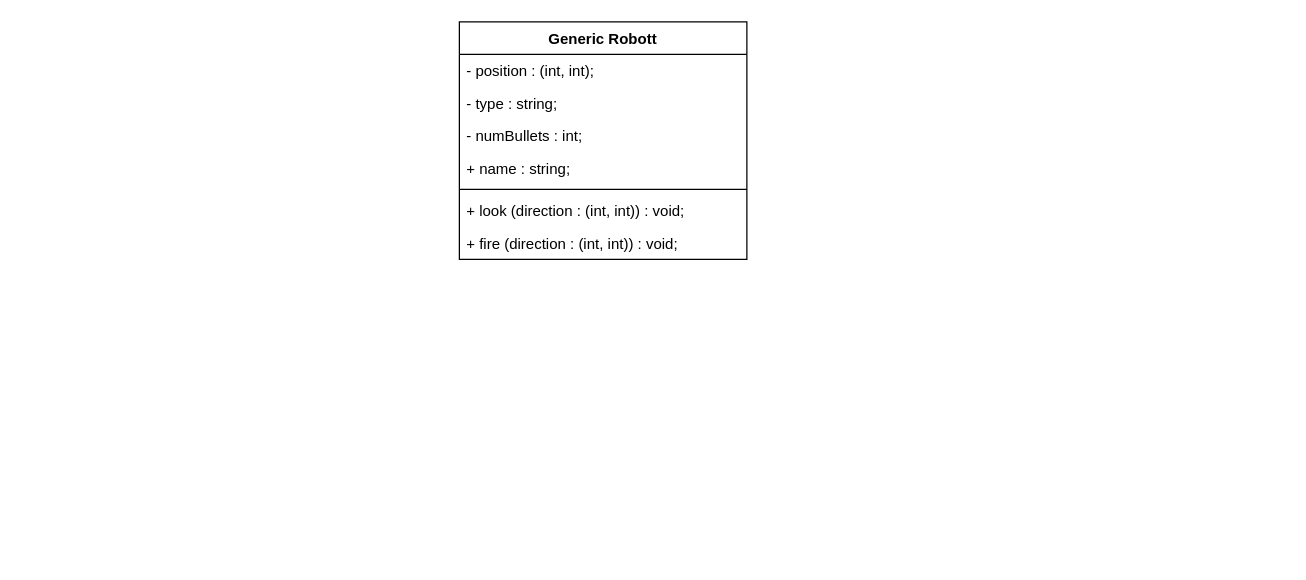
The draw.io diagram class (1).drawio in mohammadmuazzam/oopds, before the edit. Source tidied: cells renumbered, new cells numbered last; positions are measured from the earlier drawing's top-left corner, leaving out a move shared by most shapes. Both pictures are drawn from the tidied source at 125%, with x=0, y=0 at pixel (459, 21).
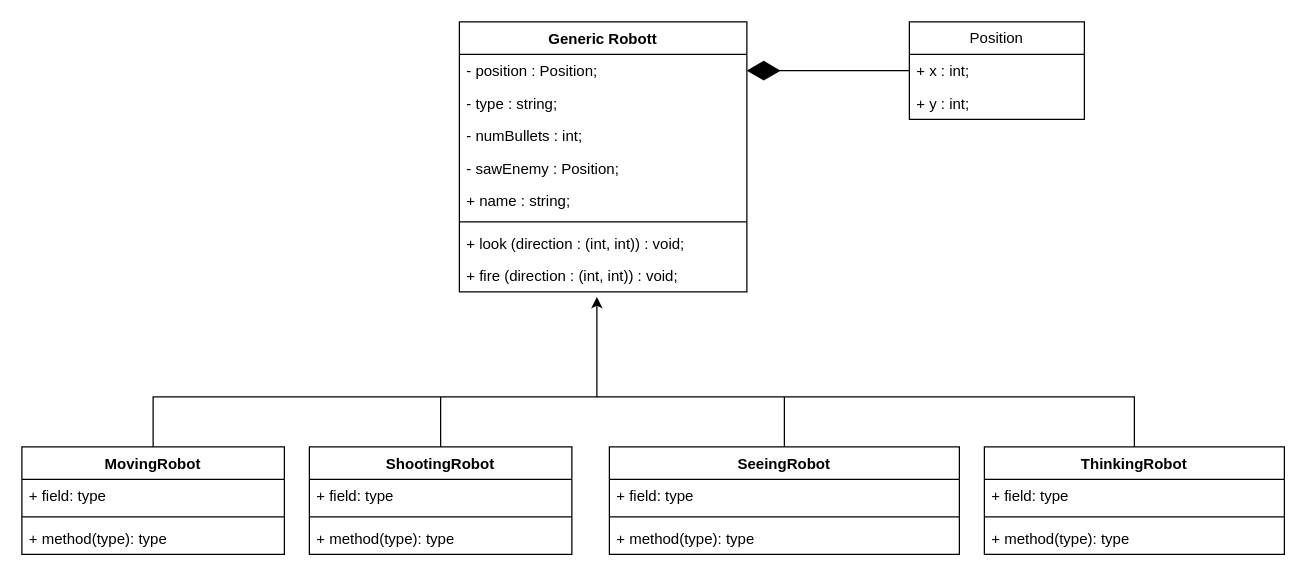
The same diagram, later.

Commit message:
inherit class exists

Diff of the diagram source:
```diff
@@
     <mxCell id="2" value="Generic Robott" style="swimlane;fontStyle=1;align=center;verticalAlign=top;horizontal=1;startSize=26;whiteSpace=wrap;html=1;" parent="1" vertex="1">
-      <mxGeometry width="230" height="190" as="geometry" />
+      <mxGeometry width="230" height="216" as="geometry" />
     </mxCell>
-    <mxCell id="3" value="- position : (int, int);" style="text;strokeColor=none;fillColor=none;align=left;verticalAlign=top;spacingLeft=4;spacingRight=4;overflow=hidden;points=[[0,0.5],[1,0.5]];portConstraint=eastwest;whiteSpace=wrap;html=1;" parent="2" vertex="1">
+    <mxCell id="3" value="- position : Position;" style="text;strokeColor=none;fillColor=none;align=left;verticalAlign=top;spacingLeft=4;spacingRight=4;overflow=hidden;points=[[0,0.5],[1,0.5]];portConstraint=eastwest;whiteSpace=wrap;html=1;" parent="2" vertex="1">
       <mxGeometry y="26" width="230" height="26" as="geometry" />
     </mxCell>
@@
+    <mxCell id="10" value="- sawEnemy : Position;" style="text;strokeColor=none;fillColor=none;align=left;verticalAlign=top;spacingLeft=4;spacingRight=4;overflow=hidden;whiteSpace=wrap;html=1;" parent="2" vertex="1">
+      <mxGeometry y="104" width="230" height="26" as="geometry" />
+    </mxCell>
     <mxCell id="6" value="+ name : string;" style="text;strokeColor=none;fillColor=none;align=left;verticalAlign=top;spacingLeft=4;spacingRight=4;overflow=hidden;whiteSpace=wrap;html=1;" parent="2" vertex="1">
-      <mxGeometry y="104" width="230" height="26" as="geometry" />
+      <mxGeometry y="130" width="230" height="26" as="geometry" />
     </mxCell>
     <mxCell id="7" style="line;strokeWidth=1;fillColor=none;align=left;verticalAlign=middle;spacingTop=-1;spacingLeft=3;spacingRight=3;labelPosition=right;strokeColor=inherit;" parent="2" vertex="1">
-      <mxGeometry y="130" width="230" height="8" as="geometry" />
+      <mxGeometry y="156" width="230" height="8" as="geometry" />
     </mxCell>
     <mxCell id="8" value="+ look (direction : (int, int)) : void;" style="text;strokeColor=none;fillColor=none;align=left;verticalAlign=top;spacingLeft=4;spacingRight=4;overflow=hidden;whiteSpace=wrap;html=1;" parent="2" vertex="1">
-      <mxGeometry y="138" width="230" height="26" as="geometry" />
+      <mxGeometry y="164" width="230" height="26" as="geometry" />
     </mxCell>
     <mxCell id="9" value="+ fire (direction : (int, int)) : void;" style="text;strokeColor=none;fillColor=none;align=left;verticalAlign=top;spacingLeft=4;spacingRight=4;overflow=hidden;whiteSpace=wrap;html=1;" parent="2" vertex="1">
-      <mxGeometry y="164" width="230" height="26" as="geometry" />
+      <mxGeometry y="190" width="230" height="26" as="geometry" />
     </mxCell>
+    <mxCell id="11" value="Position" style="swimlane;fontStyle=0;horizontal=1;startSize=26;fillColor=none;whiteSpace=wrap;html=1;" parent="1" vertex="1">
+      <mxGeometry x="360" width="140" height="78" as="geometry" />
+    </mxCell>
+    <mxCell id="12" value="+ x : int;" style="text;strokeColor=none;fillColor=none;align=left;verticalAlign=top;spacingLeft=4;spacingRight=4;overflow=hidden;points=[[0,0.5],[1,0.5]];portConstraint=eastwest;whiteSpace=wrap;html=1;" parent="11" vertex="1">
+      <mxGeometry y="26" width="140" height="26" as="geometry" />
+    </mxCell>
+    <mxCell id="13" value="+ y : int;" style="text;strokeColor=none;fillColor=none;align=left;verticalAlign=top;spacingLeft=4;spacingRight=4;overflow=hidden;whiteSpace=wrap;html=1;" parent="11" vertex="1">
+      <mxGeometry y="52" width="140" height="26" as="geometry" />
+    </mxCell>
+    <mxCell id="14" style="endArrow=diamondThin;endFill=1;endSize=24;html=1;rounded=0;entryX=1;entryY=0.5;entryDx=0;entryDy=0;exitX=0;exitY=0.5;exitDx=0;exitDy=0;" parent="1" edge="1" source="12" target="3">
+      <mxGeometry relative="1" as="geometry" />
+    </mxCell>
+    <mxCell id="15" style="edgeStyle=orthogonalEdgeStyle;rounded=0;jettySize=auto;html=1;" parent="1" edge="1" source="16">
+      <mxGeometry relative="1" as="geometry">
+        <mxPoint x="110" y="220" as="targetPoint" />
+        <Array as="points">
+          <mxPoint x="-80" y="300" />
+          <mxPoint x="110" y="300" />
+          <mxPoint x="110" y="220" />
+        </Array>
+      </mxGeometry>
+    </mxCell>
+    <mxCell id="16" value="MovingRobot" style="swimlane;fontStyle=1;align=center;verticalAlign=top;horizontal=1;startSize=26;whiteSpace=wrap;html=1;" parent="1" vertex="1">
+      <mxGeometry x="-350" y="340" width="210" height="86" as="geometry" />
+    </mxCell>
+    <mxCell id="17" value="+ field: type" style="text;strokeColor=none;fillColor=none;align=left;verticalAlign=top;spacingLeft=4;spacingRight=4;overflow=hidden;whiteSpace=wrap;html=1;" parent="16" vertex="1">
+      <mxGeometry y="26" width="210" height="26" as="geometry" />
+    </mxCell>
+    <mxCell id="18" style="line;strokeWidth=1;fillColor=none;align=left;verticalAlign=middle;spacingTop=-1;spacingLeft=3;spacingRight=3;labelPosition=right;strokeColor=inherit;" parent="16" vertex="1">
+      <mxGeometry y="52" width="210" height="8" as="geometry" />
+    </mxCell>
+    <mxCell id="19" value="+ method(type): type" style="text;strokeColor=none;fillColor=none;align=left;verticalAlign=top;spacingLeft=4;spacingRight=4;overflow=hidden;whiteSpace=wrap;html=1;" parent="16" vertex="1">
+      <mxGeometry y="60" width="210" height="26" as="geometry" />
+    </mxCell>
+    <mxCell id="20" value="ShootingRobot" style="swimlane;fontStyle=1;align=center;verticalAlign=top;horizontal=1;startSize=26;whiteSpace=wrap;html=1;" parent="1" vertex="1">
+      <mxGeometry x="-120" y="340" width="210" height="86" as="geometry" />
+    </mxCell>
+    <mxCell id="21" value="+ field: type" style="text;strokeColor=none;fillColor=none;align=left;verticalAlign=top;spacingLeft=4;spacingRight=4;overflow=hidden;whiteSpace=wrap;html=1;" parent="20" vertex="1">
+      <mxGeometry y="26" width="210" height="26" as="geometry" />
+    </mxCell>
+    <mxCell id="22" style="line;strokeWidth=1;fillColor=none;align=left;verticalAlign=middle;spacingTop=-1;spacingLeft=3;spacingRight=3;labelPosition=right;strokeColor=inherit;" parent="20" vertex="1">
+      <mxGeometry y="52" width="210" height="8" as="geometry" />
+    </mxCell>
+    <mxCell id="23" value="+ method(type): type" style="text;strokeColor=none;fillColor=none;align=left;verticalAlign=top;spacingLeft=4;spacingRight=4;overflow=hidden;whiteSpace=wrap;html=1;" parent="20" vertex="1">
+      <mxGeometry y="60" width="210" height="26" as="geometry" />
+    </mxCell>
+    <mxCell id="24" value="SeeingRobot" style="swimlane;fontStyle=1;align=center;verticalAlign=top;horizontal=1;startSize=26;whiteSpace=wrap;html=1;" parent="1" vertex="1">
+      <mxGeometry x="120" y="340" width="280" height="86" as="geometry" />
+    </mxCell>
+    <mxCell id="25" value="+ field: type" style="text;strokeColor=none;fillColor=none;align=left;verticalAlign=top;spacingLeft=4;spacingRight=4;overflow=hidden;whiteSpace=wrap;html=1;" parent="24" vertex="1">
+      <mxGeometry y="26" width="280" height="26" as="geometry" />
+    </mxCell>
+    <mxCell id="26" style="line;strokeWidth=1;fillColor=none;align=left;verticalAlign=middle;spacingTop=-1;spacingLeft=3;spacingRight=3;labelPosition=right;strokeColor=inherit;" parent="24" vertex="1">
+      <mxGeometry y="52" width="280" height="8" as="geometry" />
+    </mxCell>
+    <mxCell id="27" value="+ method(type): type" style="text;strokeColor=none;fillColor=none;align=left;verticalAlign=top;spacingLeft=4;spacingRight=4;overflow=hidden;whiteSpace=wrap;html=1;" parent="24" vertex="1">
+      <mxGeometry y="60" width="280" height="26" as="geometry" />
+    </mxCell>
+    <mxCell id="28" style="endArrow=none;html=1;rounded=0;exitX=0.5;exitY=0;exitDx=0;exitDy=0;" parent="1" edge="1" source="20">
+      <mxGeometry relative="1" as="geometry">
+        <mxPoint x="-15" y="300" as="targetPoint" />
+      </mxGeometry>
+    </mxCell>
+    <mxCell id="29" value="ThinkingRobot" style="swimlane;fontStyle=1;align=center;verticalAlign=top;horizontal=1;startSize=26;whiteSpace=wrap;html=1;" parent="1" vertex="1">
+      <mxGeometry x="420" y="340" width="240" height="86" as="geometry" />
+    </mxCell>
+    <mxCell id="30" value="+ field: type" style="text;strokeColor=none;fillColor=none;align=left;verticalAlign=top;spacingLeft=4;spacingRight=4;overflow=hidden;whiteSpace=wrap;html=1;" parent="29" vertex="1">
+      <mxGeometry y="26" width="240" height="26" as="geometry" />
+    </mxCell>
+    <mxCell id="31" style="line;strokeWidth=1;fillColor=none;align=left;verticalAlign=middle;spacingTop=-1;spacingLeft=3;spacingRight=3;labelPosition=right;strokeColor=inherit;" parent="29" vertex="1">
+      <mxGeometry y="52" width="240" height="8" as="geometry" />
+    </mxCell>
+    <mxCell id="32" value="+ method(type): type" style="text;strokeColor=none;fillColor=none;align=left;verticalAlign=top;spacingLeft=4;spacingRight=4;overflow=hidden;whiteSpace=wrap;html=1;" parent="29" vertex="1">
+      <mxGeometry y="60" width="240" height="26" as="geometry" />
+    </mxCell>
+    <mxCell id="33" style="endArrow=none;html=1;rounded=0;exitX=0.5;exitY=0;exitDx=0;exitDy=0;edgeStyle=orthogonalEdgeStyle;" parent="1" edge="1" source="29">
+      <mxGeometry relative="1" as="geometry">
+        <mxPoint x="110" y="300" as="targetPoint" />
+        <Array as="points">
+          <mxPoint x="540" y="300" />
+        </Array>
+      </mxGeometry>
+    </mxCell>
+    <mxCell id="34" style="endArrow=none;html=1;rounded=0;exitX=0.5;exitY=0;exitDx=0;exitDy=0;" parent="1" edge="1" source="24">
+      <mxGeometry relative="1" as="geometry">
+        <mxPoint x="260" y="300" as="targetPoint" />
+      </mxGeometry>
+    </mxCell>
```
